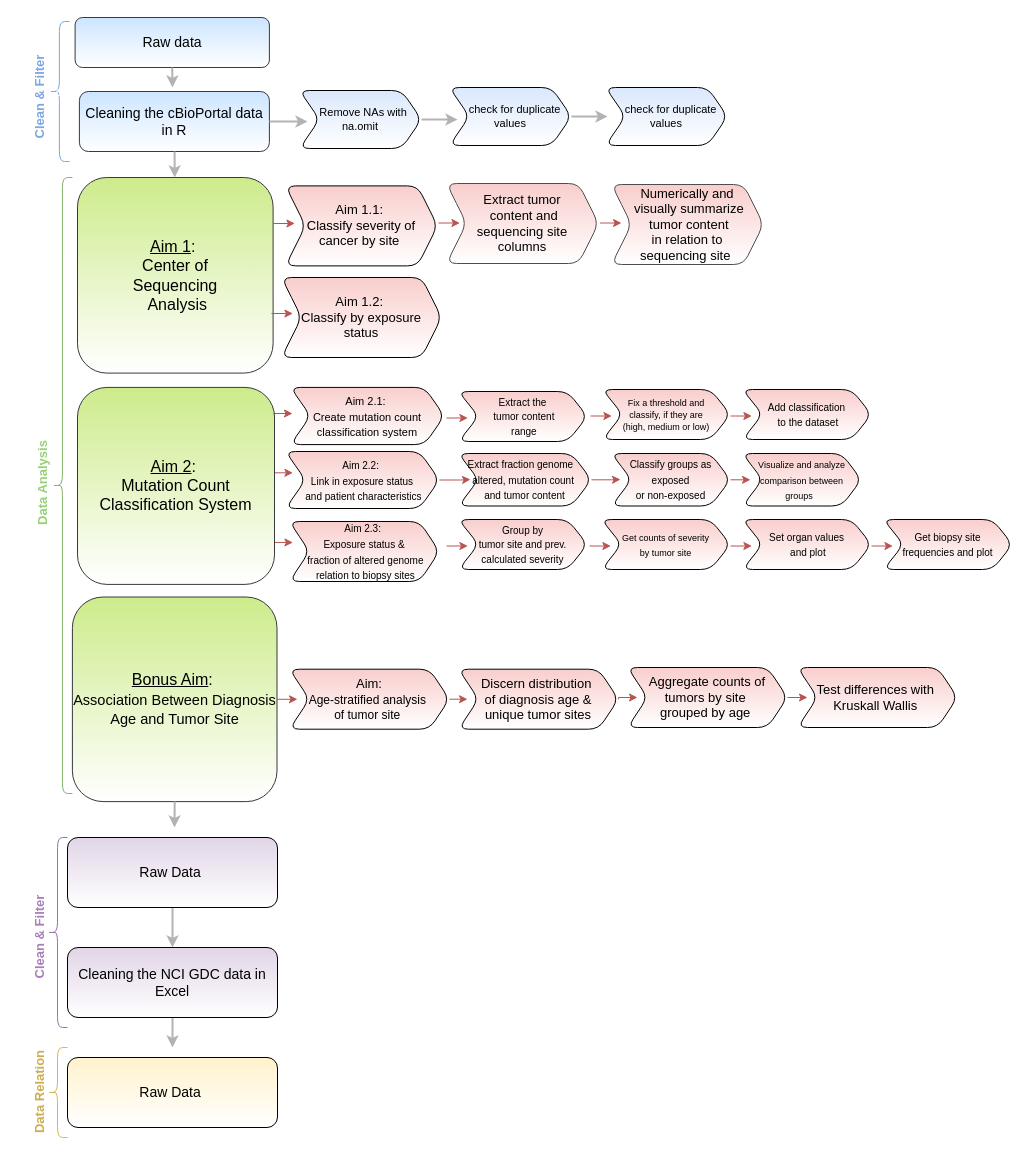
This is Pipeline_Image.drawio from aiy-wish/Data-Wrangling-Project, a draw.io file, before an edit. Source tidied: cells renumbered, new cells numbered last; positions are measured from the earlier drawing's top-left corner, leaving out a move shared by most shapes. Both pictures are drawn from the tidied source at 100%, with x=0, y=0 at pixel (-11, 17).
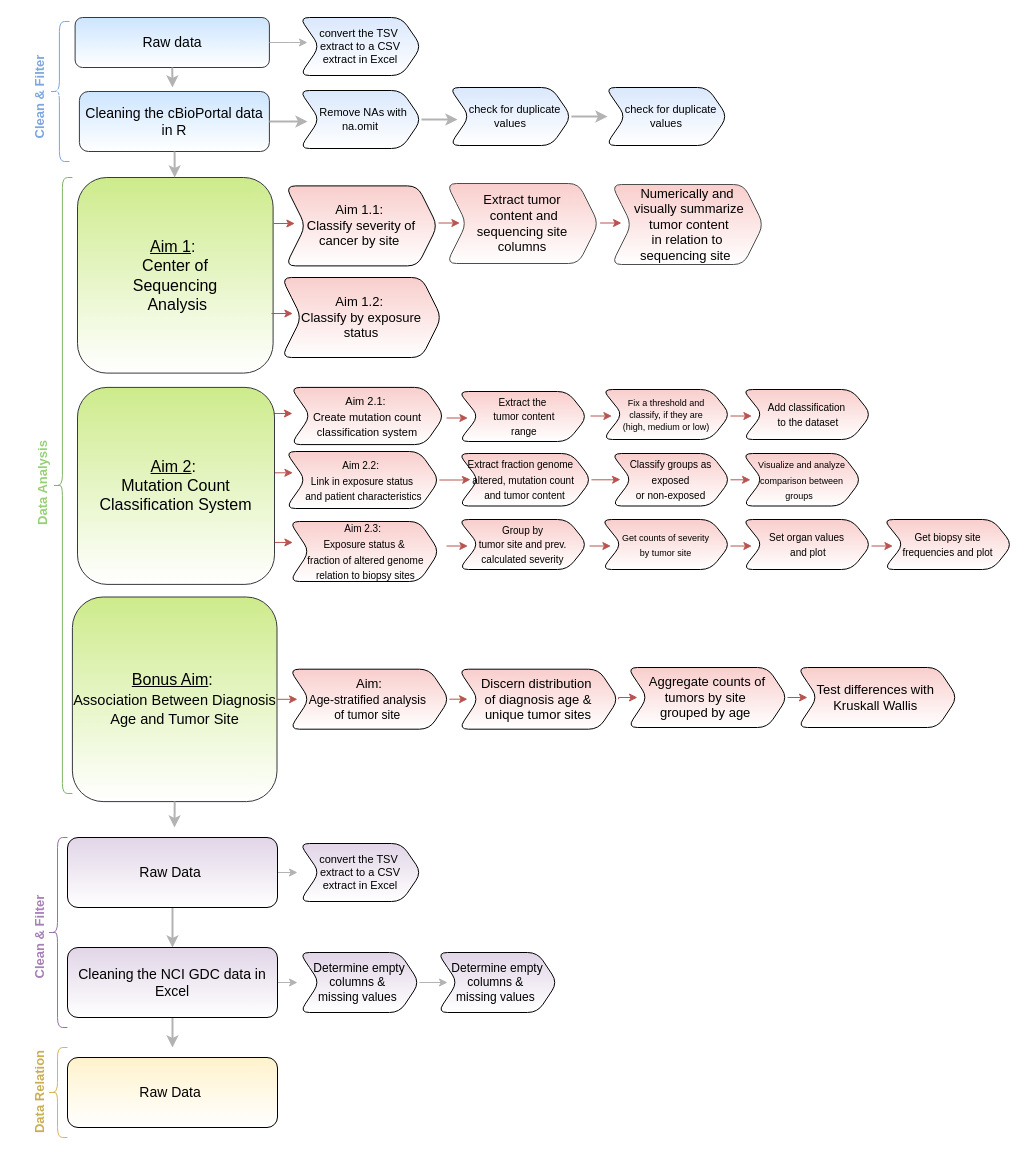
Above is the later version.

Unchanged cells that the change refers to:
```xml
<mxCell id="7" style="group;" parent="3" vertex="1">
  <mxGeometry x="-9.1" width="400" height="562.9" as="geometry" />
</mxCell>
<mxCell id="8" value="&lt;font style=&quot;font-size: 14px&quot;&gt;Raw data&lt;/font&gt;" style="rounded=1;whiteSpace=wrap;html=1;fontSize=12;glass=0;strokeWidth=1;shadow=0;fillColor=#cce5ff;strokeColor=#36393d;gradientColor=#ffffff;" parent="7" vertex="1">
  <mxGeometry x="25.7" y="-4" width="194.3" height="50" as="geometry" />
</mxCell>
<mxCell id="57" value="Raw Data&amp;nbsp;" style="rounded=1;whiteSpace=wrap;html=1;fontSize=14;strokeColor=default;fillColor=#e1d5e7;align=center;gradientColor=#ffffff;" parent="1" vertex="1">
  <mxGeometry x="78" y="820" width="210" height="70" as="geometry" />
</mxCell>
<mxCell id="59" value="&lt;span style=&quot;font-size: 14px&quot;&gt;Cleaning the NCI GDC data in Excel&lt;/span&gt;" style="rounded=1;whiteSpace=wrap;html=1;fontSize=11;strokeColor=default;fillColor=#e1d5e7;align=center;gradientColor=#ffffff;" parent="1" vertex="1">
  <mxGeometry x="78" y="930" width="210" height="70" as="geometry" />
</mxCell>
```

The edit, as a diff of the source:
```diff
@@
+    <mxCell id="76" value="&lt;span style=&quot;font-size: 11px&quot;&gt;convert the TSV&amp;nbsp;&lt;br&gt;extract to a CSV&lt;br&gt;extract in Excel&lt;br&gt;&lt;/span&gt;" style="shape=step;perimeter=stepPerimeter;whiteSpace=wrap;html=1;fixedSize=1;fontSize=10;strokeColor=default;fillColor=#dae8fc;align=center;rounded=1;gradientColor=#ffffff;" parent="7" vertex="1">
+      <mxGeometry x="250.1" y="-4" width="122" height="58" as="geometry" />
+    </mxCell>
@@
+    <mxCell id="77" style="edgeStyle=orthogonalEdgeStyle;rounded=0;jettySize=auto;html=1;exitX=1;exitY=0.5;exitDx=0;exitDy=0;fontSize=12;strokeColor=#B3B3B3;" parent="1" edge="1" source="57">
+      <mxGeometry relative="1" as="geometry">
+        <mxPoint x="308" y="855" as="targetPoint" />
+      </mxGeometry>
+    </mxCell>
@@
+    <mxCell id="78" style="edgeStyle=orthogonalEdgeStyle;rounded=0;jettySize=auto;html=1;exitX=1;exitY=0.5;exitDx=0;exitDy=0;fontSize=12;strokeColor=#B3B3B3;" parent="1" edge="1" source="59">
+      <mxGeometry relative="1" as="geometry">
+        <mxPoint x="308" y="965" as="targetPoint" />
+      </mxGeometry>
+    </mxCell>
@@
+    <mxCell id="79" style="edgeStyle=orthogonalEdgeStyle;rounded=0;jettySize=auto;html=1;fontSize=12;fillColor=#f5f5f5;strokeColor=#B3B3B3;" parent="1" edge="1" source="8">
+      <mxGeometry relative="1" as="geometry">
+        <mxPoint x="318" y="25" as="targetPoint" />
+      </mxGeometry>
+    </mxCell>
+    <mxCell id="80" value="&lt;span style=&quot;font-size: 11px&quot;&gt;convert the TSV&amp;nbsp;&lt;br&gt;extract to a CSV&lt;br&gt;extract in Excel&lt;br&gt;&lt;/span&gt;" style="shape=step;perimeter=stepPerimeter;whiteSpace=wrap;html=1;fixedSize=1;fontSize=10;strokeColor=default;fillColor=#e1d5e7;align=center;rounded=1;gradientColor=#ffffff;" parent="1" vertex="1">
+      <mxGeometry x="310" y="826" width="122" height="58" as="geometry" />
+    </mxCell>
+    <mxCell id="81" style="edgeStyle=orthogonalEdgeStyle;rounded=0;jettySize=auto;html=1;exitX=1;exitY=0.5;exitDx=0;exitDy=0;fontSize=12;strokeColor=#B3B3B3;" parent="1" edge="1" source="82">
+      <mxGeometry relative="1" as="geometry">
+        <mxPoint x="458" y="965" as="targetPoint" />
+      </mxGeometry>
+    </mxCell>
+    <mxCell id="82" value="Determine empty&lt;br&gt;columns &amp;amp;&amp;nbsp;&lt;br&gt;missing values&amp;nbsp;" style="shape=step;perimeter=stepPerimeter;whiteSpace=wrap;html=1;fixedSize=1;fontSize=12;strokeColor=default;rounded=1;fillColor=#e1d5e7;gradientColor=#ffffff;" parent="1" vertex="1">
+      <mxGeometry x="310" y="935" width="120" height="60" as="geometry" />
+    </mxCell>
+    <mxCell id="83" value="Determine empty&lt;br&gt;columns &amp;amp;&amp;nbsp;&lt;br&gt;missing values&amp;nbsp;" style="shape=step;perimeter=stepPerimeter;whiteSpace=wrap;html=1;fixedSize=1;fontSize=12;strokeColor=default;rounded=1;fillColor=#e1d5e7;gradientColor=#ffffff;" parent="1" vertex="1">
+      <mxGeometry x="448" y="935" width="120" height="60" as="geometry" />
+    </mxCell>
```
